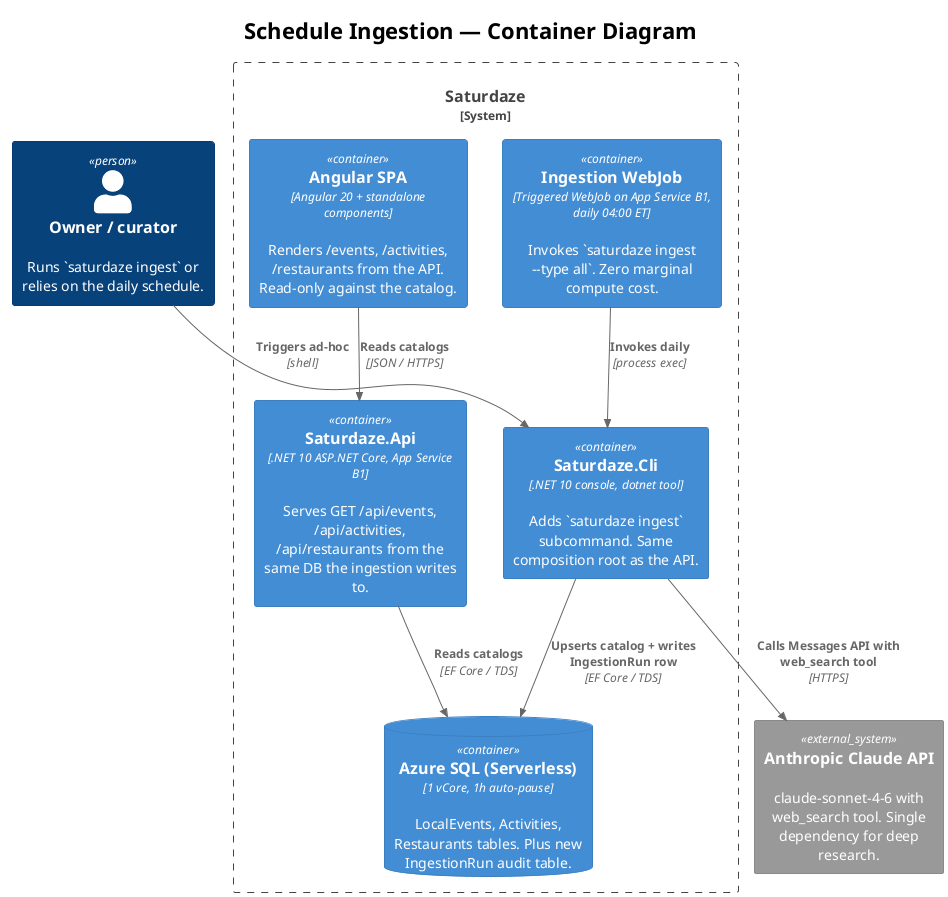
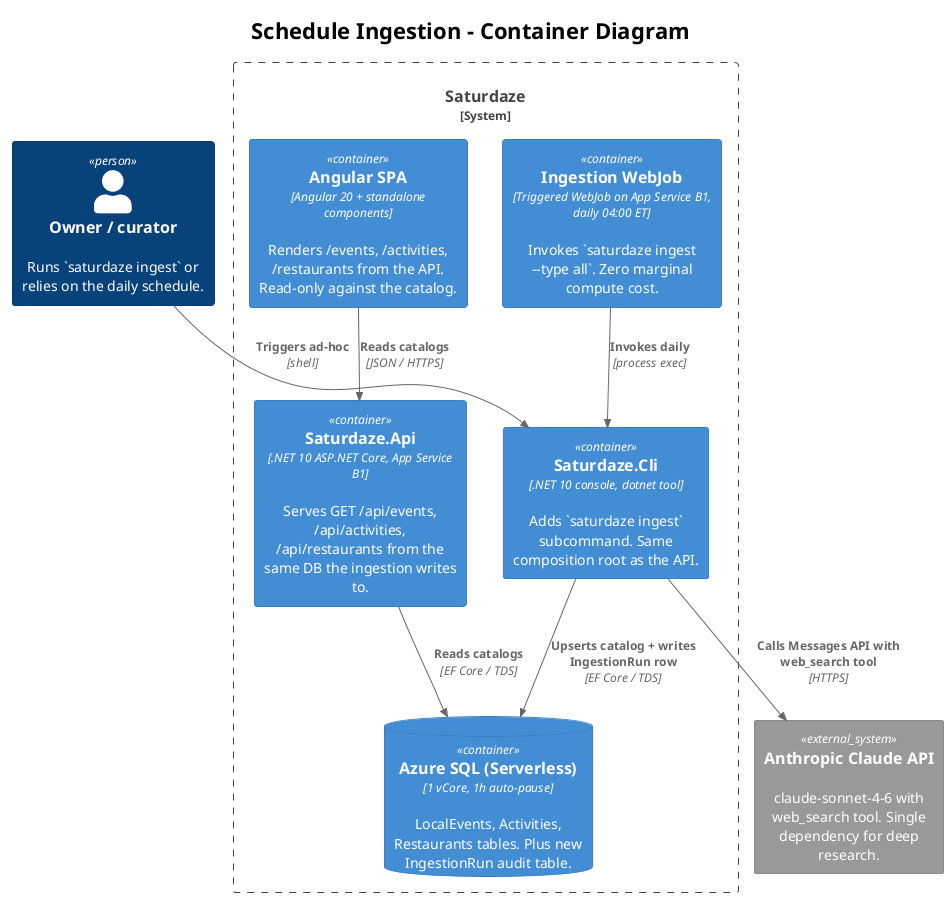
@startuml c4_container
!theme plain
!include <C4/C4_Container>

- title Schedule Ingestion — Container Diagram
+ title Schedule Ingestion - Container Diagram

Person(owner, "Owner / curator", "Runs `saturdaze ingest` or relies on the daily schedule.")

System_Boundary(sd, "Saturdaze") {
    Container(spa, "Angular SPA", "Angular 20 + standalone components", "Renders /events, /activities, /restaurants from the API. Read-only against the catalog.")
    Container(api, "Saturdaze.Api", ".NET 10 ASP.NET Core, App Service B1", "Serves GET /api/events, /api/activities, /api/restaurants from the same DB the ingestion writes to.")
    Container(cli, "Saturdaze.Cli", ".NET 10 console, dotnet tool", "Adds `saturdaze ingest` subcommand. Same composition root as the API.")
    Container(webjob, "Ingestion WebJob", "Triggered WebJob on App Service B1, daily 04:00 ET", "Invokes `saturdaze ingest --type all`. Zero marginal compute cost.")
    ContainerDb(sql, "Azure SQL (Serverless)", "1 vCore, 1h auto-pause", "LocalEvents, Activities, Restaurants tables. Plus new IngestionRun audit table.")
}

System_Ext(claude, "Anthropic Claude API", "claude-sonnet-4-6 with web_search tool. Single dependency for deep research.")

Rel(owner, cli, "Triggers ad-hoc", "shell")
Rel(webjob, cli, "Invokes daily", "process exec")
Rel(cli, claude, "Calls Messages API with web_search tool", "HTTPS")
Rel(cli, sql, "Upserts catalog + writes IngestionRun row", "EF Core / TDS")
Rel(spa, api, "Reads catalogs", "JSON / HTTPS")
Rel(api, sql, "Reads catalogs", "EF Core / TDS")

@enduml
